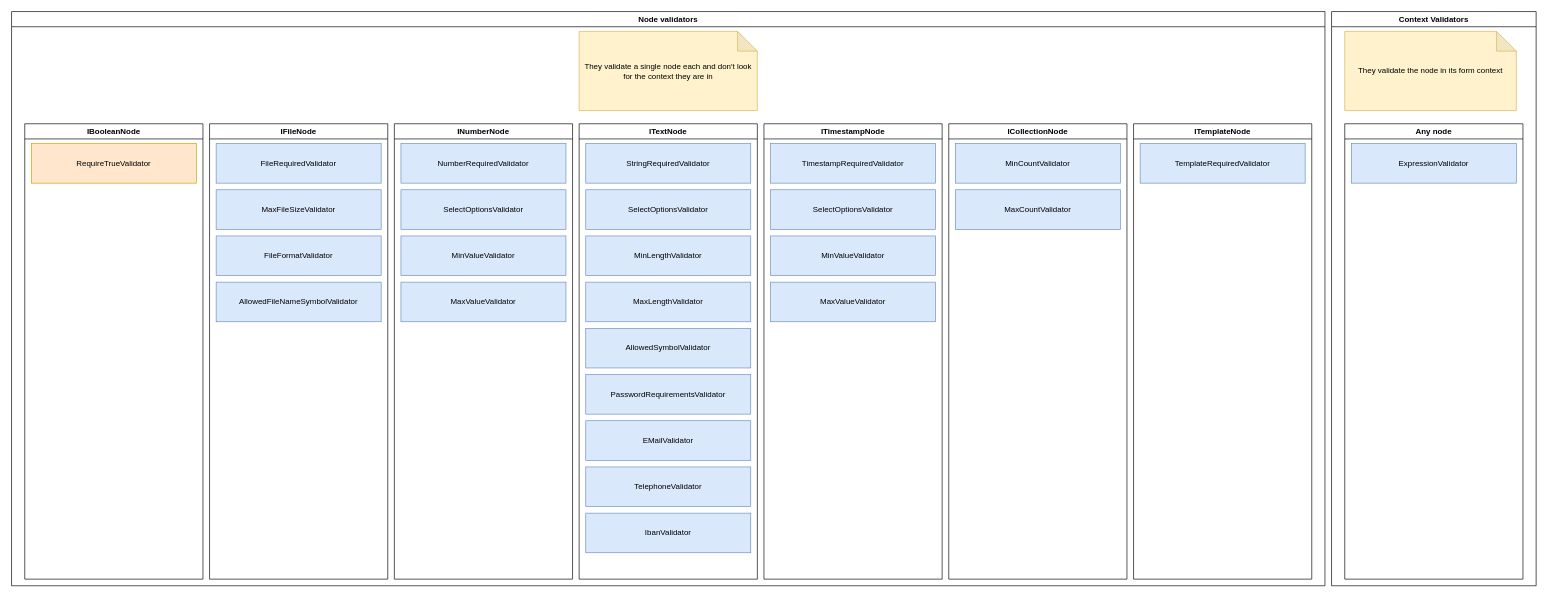
Before: doc/forms-concept/validators.drawio in RGXStorm281/common, a draw.io diagram. Source tidied: cells renumbered, new cells numbered last; positions are measured from the earlier drawing's top-left corner, leaving out a move shared by most shapes. Both pictures are drawn from the tidied source at 66%, with x=0, y=0 at pixel (11, 11).
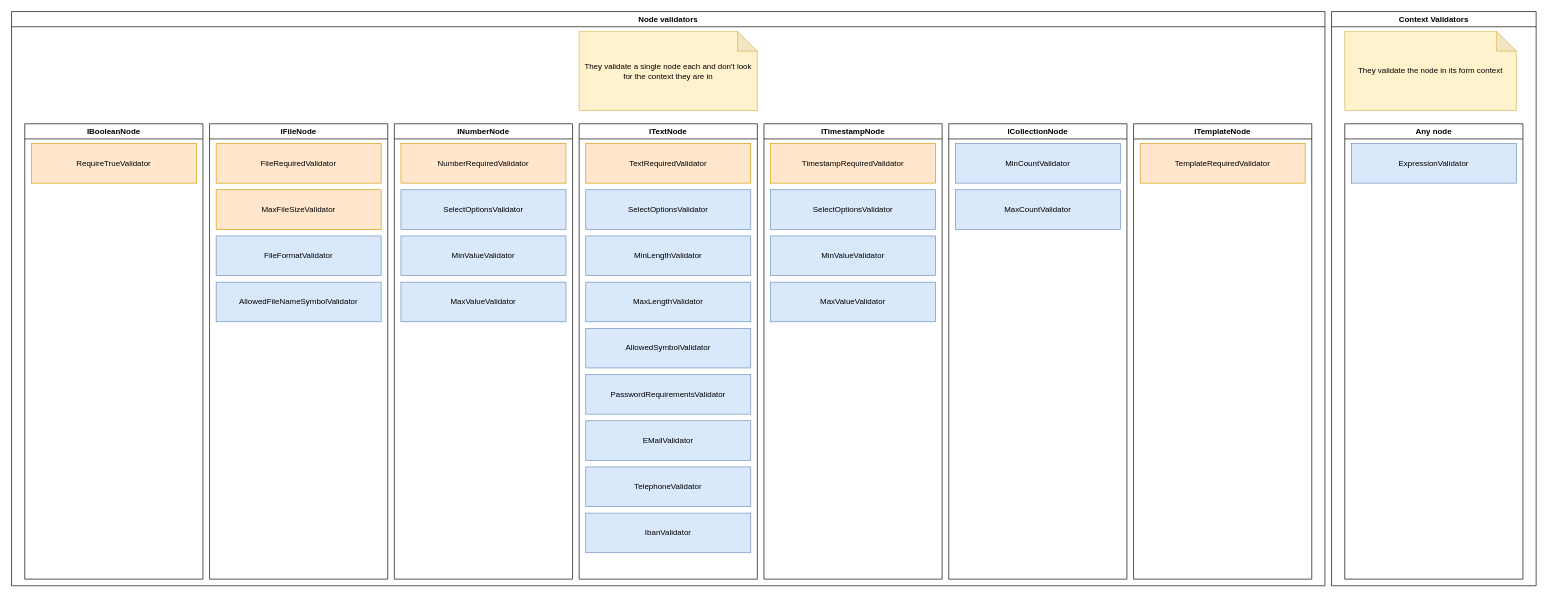
The same diagram, later.

Unchanged cells that the change refers to:
```xml
<mxCell id="6" value="IFileNode" style="swimlane;whiteSpace=wrap;html=1;" parent="2" vertex="1">
  <mxGeometry x="300" y="170" width="270" height="690" as="geometry" />
</mxCell>
<mxCell id="11" value="INumberNode" style="swimlane;whiteSpace=wrap;html=1;" parent="2" vertex="1">
  <mxGeometry x="580" y="170" width="270" height="690" as="geometry" />
</mxCell>
<mxCell id="16" value="ITextNode" style="swimlane;whiteSpace=wrap;html=1;" parent="2" vertex="1">
  <mxGeometry x="860" y="170" width="270" height="690" as="geometry" />
</mxCell>
<mxCell id="26" value="ITimestampNode" style="swimlane;whiteSpace=wrap;html=1;" parent="2" vertex="1">
  <mxGeometry x="1140" y="170" width="270" height="690" as="geometry" />
</mxCell>
<mxCell id="34" value="ITemplateNode" style="swimlane;whiteSpace=wrap;html=1;" parent="2" vertex="1">
  <mxGeometry x="1700" y="170" width="270" height="690" as="geometry" />
</mxCell>
```

Change to the diagram source:
```diff
@@
-    <mxCell id="7" value="FileRequiredValidator" style="rounded=0;whiteSpace=wrap;html=1;fillColor=#dae8fc;strokeColor=#6c8ebf;" parent="6" vertex="1">
+    <mxCell id="7" value="FileRequiredValidator" style="rounded=0;whiteSpace=wrap;html=1;fillColor=#ffe6cc;strokeColor=#d79b00;" parent="6" vertex="1">
       <mxGeometry x="10" y="30" width="250" height="60" as="geometry" />
     </mxCell>
-    <mxCell id="8" value="MaxFileSizeValidator" style="rounded=0;whiteSpace=wrap;html=1;fillColor=#dae8fc;strokeColor=#6c8ebf;" parent="6" vertex="1">
+    <mxCell id="8" value="MaxFileSizeValidator" style="rounded=0;whiteSpace=wrap;html=1;fillColor=#ffe6cc;strokeColor=#d79b00;" parent="6" vertex="1">
       <mxGeometry x="10" y="100" width="250" height="60" as="geometry" />
     </mxCell>
@@
-    <mxCell id="14" value="NumberRequiredValidator" style="rounded=0;whiteSpace=wrap;html=1;fillColor=#dae8fc;strokeColor=#6c8ebf;" parent="11" vertex="1">
+    <mxCell id="14" value="NumberRequiredValidator" style="rounded=0;whiteSpace=wrap;html=1;fillColor=#ffe6cc;strokeColor=#d79b00;" parent="11" vertex="1">
       <mxGeometry x="10" y="30" width="250" height="60" as="geometry" />
     </mxCell>
@@
-    <mxCell id="17" value="StringRequiredValidator" style="rounded=0;whiteSpace=wrap;html=1;fillColor=#dae8fc;strokeColor=#6c8ebf;" parent="16" vertex="1">
+    <mxCell id="17" value="TextRequiredValidator" style="rounded=0;whiteSpace=wrap;html=1;fillColor=#ffe6cc;strokeColor=#d79b00;" parent="16" vertex="1">
       <mxGeometry x="10" y="30" width="250" height="60" as="geometry" />
     </mxCell>
@@
-    <mxCell id="27" value="TimestampRequiredValidator" style="rounded=0;whiteSpace=wrap;html=1;fillColor=#dae8fc;strokeColor=#6c8ebf;" parent="26" vertex="1">
+    <mxCell id="27" value="TimestampRequiredValidator" style="rounded=0;whiteSpace=wrap;html=1;fillColor=#ffe6cc;strokeColor=#d79b00;" parent="26" vertex="1">
       <mxGeometry x="10" y="30" width="250" height="60" as="geometry" />
     </mxCell>
@@
-    <mxCell id="35" value="TemplateRequiredValidator" style="rounded=0;whiteSpace=wrap;html=1;fillColor=#dae8fc;strokeColor=#6c8ebf;" parent="34" vertex="1">
+    <mxCell id="35" value="TemplateRequiredValidator" style="rounded=0;whiteSpace=wrap;html=1;fillColor=#ffe6cc;strokeColor=#d79b00;" parent="34" vertex="1">
       <mxGeometry x="10" y="30" width="250" height="60" as="geometry" />
     </mxCell>
```
